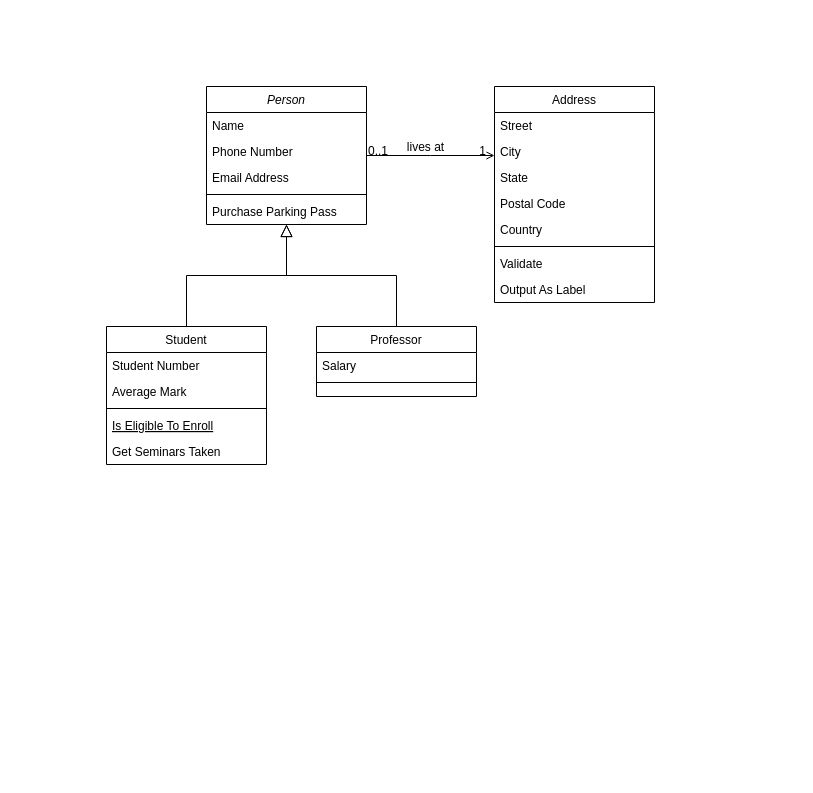
This is ClassDiagram.drawio from Theobourne/diagramsCS308, a draw.io file, before an edit. Source tidied: cells renumbered, new cells numbered last; positions are measured from the earlier drawing's top-left corner, leaving out a move shared by most shapes. Both pictures are drawn from the tidied source at 100%, with x=0, y=0 at pixel (106, 86).
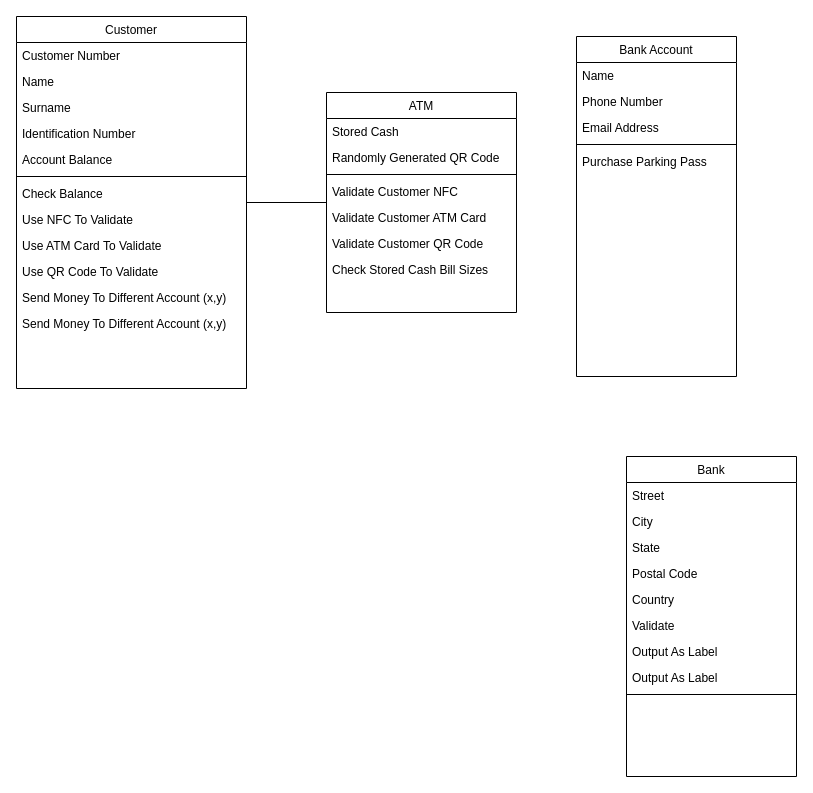
The same page after the edit.

Diff of the diagram source:
```diff
@@
-    <mxCell id="2" value="Person" style="swimlane;fontStyle=2;align=center;verticalAlign=top;horizontal=1;startSize=26;rounded=0;shadow=0;strokeWidth=1;" parent="1" vertex="1">
-      <mxGeometry x="100" width="160" height="138" as="geometry" />
+    <mxCell id="2" value="Bank Account" style="swimlane;fontStyle=0;align=center;verticalAlign=top;horizontal=1;startSize=26;rounded=0;shadow=0;strokeWidth=1;" parent="1" vertex="1">
+      <mxGeometry x="470" y="-50" width="160" height="340" as="geometry" />
     </mxCell>
@@
     <mxCell id="7" value="Purchase Parking Pass" style="text;align=left;verticalAlign=top;spacingLeft=4;spacingRight=4;overflow=hidden;" parent="2" vertex="1">
-      <mxGeometry y="112" width="160" height="26" as="geometry" />
+      <mxGeometry y="112" width="160" height="138" as="geometry" />
     </mxCell>
-    <mxCell id="8" value="Student" style="swimlane;fontStyle=0;align=center;verticalAlign=top;horizontal=1;startSize=26;rounded=0;shadow=0;strokeWidth=1;" parent="1" vertex="1">
-      <mxGeometry y="240" width="160" height="138" as="geometry" />
+    <mxCell id="8" value="Customer" style="swimlane;fontStyle=0;align=center;verticalAlign=top;horizontal=1;startSize=26;rounded=0;shadow=0;strokeWidth=1;" parent="1" vertex="1">
+      <mxGeometry x="-90" y="-70" width="230" height="372" as="geometry" />
     </mxCell>
-    <mxCell id="9" value="Student Number" style="text;align=left;verticalAlign=top;spacingLeft=4;spacingRight=4;overflow=hidden;" parent="8" vertex="1">
-      <mxGeometry y="26" width="160" height="26" as="geometry" />
+    <mxCell id="9" value="Customer Number" style="text;align=left;verticalAlign=top;spacingLeft=4;spacingRight=4;overflow=hidden;" parent="8" vertex="1">
+      <mxGeometry y="26" width="230" height="26" as="geometry" />
     </mxCell>
-    <mxCell id="10" value="Average Mark" style="text;align=left;verticalAlign=top;spacingLeft=4;spacingRight=4;overflow=hidden;rounded=0;shadow=0;html=0;" parent="8" vertex="1">
-      <mxGeometry y="52" width="160" height="26" as="geometry" />
+    <mxCell id="10" value="Name" style="text;align=left;verticalAlign=top;spacingLeft=4;spacingRight=4;overflow=hidden;rounded=0;shadow=0;html=0;" parent="8" vertex="1">
+      <mxGeometry y="52" width="230" height="26" as="geometry" />
     </mxCell>
-    <mxCell id="11" style="line;html=1;strokeWidth=1;align=left;verticalAlign=middle;spacingTop=-1;spacingLeft=3;spacingRight=3;labelPosition=right;" parent="8" vertex="1">
-      <mxGeometry y="78" width="160" height="8" as="geometry" />
-    </mxCell>
-    <mxCell id="12" value="Is Eligible To Enroll" style="text;align=left;verticalAlign=top;spacingLeft=4;spacingRight=4;overflow=hidden;fontStyle=4;" parent="8" vertex="1">
-      <mxGeometry y="86" width="160" height="26" as="geometry" />
+    <mxCell id="12" value="Surname" style="text;align=left;verticalAlign=top;spacingLeft=4;spacingRight=4;overflow=hidden;fontStyle=0;" parent="8" vertex="1">
+      <mxGeometry y="78" width="230" height="26" as="geometry" />
     </mxCell>
-    <mxCell id="13" value="Get Seminars Taken" style="text;align=left;verticalAlign=top;spacingLeft=4;spacingRight=4;overflow=hidden;" parent="8" vertex="1">
-      <mxGeometry y="112" width="160" height="26" as="geometry" />
+    <mxCell id="13" value="Identification Number" style="text;align=left;verticalAlign=top;spacingLeft=4;spacingRight=4;overflow=hidden;" parent="8" vertex="1">
+      <mxGeometry y="104" width="230" height="26" as="geometry" />
     </mxCell>
-    <mxCell id="14" style="endArrow=block;endSize=10;endFill=0;shadow=0;strokeWidth=1;rounded=0;edgeStyle=elbowEdgeStyle;elbow=vertical;" parent="1" edge="1" source="8" target="2">
-      <mxGeometry relative="1" as="geometry" />
-    </mxCell>
+    <mxCell id="32" value="Account Balance" style="text;align=left;verticalAlign=top;spacingLeft=4;spacingRight=4;overflow=hidden;" parent="8" vertex="1">
+      <mxGeometry y="130" width="230" height="26" as="geometry" />
+    </mxCell>
+    <mxCell id="11" style="line;html=1;strokeWidth=1;align=left;verticalAlign=middle;spacingTop=-1;spacingLeft=3;spacingRight=3;labelPosition=right;" parent="8" vertex="1">
+      <mxGeometry y="156" width="230" height="8" as="geometry" />
+    </mxCell>
+    <mxCell id="33" value="Check Balance" style="text;align=left;verticalAlign=top;spacingLeft=4;spacingRight=4;overflow=hidden;" parent="8" vertex="1">
+      <mxGeometry y="164" width="230" height="26" as="geometry" />
+    </mxCell>
+    <mxCell id="34" value="Use NFC To Validate" style="text;align=left;verticalAlign=top;spacingLeft=4;spacingRight=4;overflow=hidden;" parent="8" vertex="1">
+      <mxGeometry y="190" width="230" height="26" as="geometry" />
+    </mxCell>
+    <mxCell id="35" value="Use ATM Card To Validate" style="text;align=left;verticalAlign=top;spacingLeft=4;spacingRight=4;overflow=hidden;" parent="8" vertex="1">
+      <mxGeometry y="216" width="230" height="26" as="geometry" />
+    </mxCell>
+    <mxCell id="36" value="Use QR Code To Validate" style="text;align=left;verticalAlign=top;spacingLeft=4;spacingRight=4;overflow=hidden;" parent="8" vertex="1">
+      <mxGeometry y="242" width="230" height="26" as="geometry" />
+    </mxCell>
+    <mxCell id="37" value="Send Money To Different Account (x,y)" style="text;align=left;verticalAlign=top;spacingLeft=4;spacingRight=4;overflow=hidden;" parent="8" vertex="1">
+      <mxGeometry y="268" width="230" height="26" as="geometry" />
+    </mxCell>
+    <mxCell id="38" value="Send Money To Different Account (x,y)" style="text;align=left;verticalAlign=top;spacingLeft=4;spacingRight=4;overflow=hidden;" parent="8" vertex="1">
+      <mxGeometry y="294" width="230" height="26" as="geometry" />
+    </mxCell>
-    <mxCell id="15" value="Professor" style="swimlane;fontStyle=0;align=center;verticalAlign=top;horizontal=1;startSize=26;rounded=0;shadow=0;strokeWidth=1;" parent="1" vertex="1">
-      <mxGeometry x="210" y="240" width="160" height="70" as="geometry" />
+    <mxCell id="15" value="ATM" style="swimlane;fontStyle=0;align=center;verticalAlign=top;horizontal=1;startSize=26;rounded=0;shadow=0;strokeWidth=1;" parent="1" vertex="1">
+      <mxGeometry x="220" y="6" width="190" height="220" as="geometry" />
     </mxCell>
-    <mxCell id="16" value="Salary" style="text;align=left;verticalAlign=top;spacingLeft=4;spacingRight=4;overflow=hidden;" parent="15" vertex="1">
-      <mxGeometry y="26" width="160" height="26" as="geometry" />
+    <mxCell id="16" value="Stored Cash" style="text;align=left;verticalAlign=top;spacingLeft=4;spacingRight=4;overflow=hidden;" parent="15" vertex="1">
+      <mxGeometry y="26" width="190" height="26" as="geometry" />
     </mxCell>
-    <mxCell id="17" style="line;html=1;strokeWidth=1;align=left;verticalAlign=middle;spacingTop=-1;spacingLeft=3;spacingRight=3;labelPosition=right;" parent="15" vertex="1">
-      <mxGeometry y="52" width="160" height="8" as="geometry" />
-    </mxCell>
-    <mxCell id="18" style="endArrow=block;endSize=10;endFill=0;shadow=0;strokeWidth=1;rounded=0;edgeStyle=elbowEdgeStyle;elbow=vertical;" parent="1" edge="1" source="15" target="2">
-      <mxGeometry relative="1" as="geometry" />
-    </mxCell>
+    <mxCell id="39" value="Randomly Generated QR Code" style="text;align=left;verticalAlign=top;spacingLeft=4;spacingRight=4;overflow=hidden;" parent="15" vertex="1">
+      <mxGeometry y="52" width="190" height="26" as="geometry" />
+    </mxCell>
+    <mxCell id="40" style="line;html=1;strokeWidth=1;align=left;verticalAlign=middle;spacingTop=-1;spacingLeft=3;spacingRight=3;labelPosition=right;" parent="15" vertex="1">
+      <mxGeometry y="78" width="190" height="8" as="geometry" />
+    </mxCell>
+    <mxCell id="41" value="Validate Customer NFC" style="text;align=left;verticalAlign=top;spacingLeft=4;spacingRight=4;overflow=hidden;" parent="15" vertex="1">
+      <mxGeometry y="86" width="190" height="26" as="geometry" />
+    </mxCell>
+    <mxCell id="42" value="Validate Customer ATM Card" style="text;align=left;verticalAlign=top;spacingLeft=4;spacingRight=4;overflow=hidden;" parent="15" vertex="1">
+      <mxGeometry y="112" width="190" height="26" as="geometry" />
+    </mxCell>
+    <mxCell id="43" value="Validate Customer QR Code" style="text;align=left;verticalAlign=top;spacingLeft=4;spacingRight=4;overflow=hidden;" parent="15" vertex="1">
+      <mxGeometry y="138" width="190" height="26" as="geometry" />
+    </mxCell>
+    <mxCell id="44" value="Check Stored Cash Bill Sizes" style="text;align=left;verticalAlign=top;spacingLeft=4;spacingRight=4;overflow=hidden;" parent="15" vertex="1">
+      <mxGeometry y="164" width="190" height="26" as="geometry" />
+    </mxCell>
-    <mxCell id="19" value="Address" style="swimlane;fontStyle=0;align=center;verticalAlign=top;horizontal=1;startSize=26;rounded=0;shadow=0;strokeWidth=1;" parent="1" vertex="1">
-      <mxGeometry x="388" width="160" height="216" as="geometry" />
+    <mxCell id="19" value="Bank" style="swimlane;fontStyle=0;align=center;verticalAlign=top;horizontal=1;startSize=26;rounded=0;shadow=0;strokeWidth=1;" parent="1" vertex="1">
+      <mxGeometry x="520" y="370" width="170" height="320" as="geometry" />
     </mxCell>
     <mxCell id="20" value="Street" style="text;align=left;verticalAlign=top;spacingLeft=4;spacingRight=4;overflow=hidden;" parent="19" vertex="1">
-      <mxGeometry y="26" width="160" height="26" as="geometry" />
+      <mxGeometry y="26" width="170" height="26" as="geometry" />
     </mxCell>
     <mxCell id="21" value="City" style="text;align=left;verticalAlign=top;spacingLeft=4;spacingRight=4;overflow=hidden;rounded=0;shadow=0;html=0;" parent="19" vertex="1">
-      <mxGeometry y="52" width="160" height="26" as="geometry" />
+      <mxGeometry y="52" width="170" height="26" as="geometry" />
     </mxCell>
     <mxCell id="22" value="State" style="text;align=left;verticalAlign=top;spacingLeft=4;spacingRight=4;overflow=hidden;rounded=0;shadow=0;html=0;" parent="19" vertex="1">
-      <mxGeometry y="78" width="160" height="26" as="geometry" />
+      <mxGeometry y="78" width="170" height="26" as="geometry" />
     </mxCell>
     <mxCell id="23" value="Postal Code" style="text;align=left;verticalAlign=top;spacingLeft=4;spacingRight=4;overflow=hidden;rounded=0;shadow=0;html=0;" parent="19" vertex="1">
-      <mxGeometry y="104" width="160" height="26" as="geometry" />
+      <mxGeometry y="104" width="170" height="26" as="geometry" />
     </mxCell>
     <mxCell id="24" value="Country" style="text;align=left;verticalAlign=top;spacingLeft=4;spacingRight=4;overflow=hidden;rounded=0;shadow=0;html=0;" parent="19" vertex="1">
-      <mxGeometry y="130" width="160" height="26" as="geometry" />
+      <mxGeometry y="130" width="170" height="26" as="geometry" />
     </mxCell>
-    <mxCell id="25" style="line;html=1;strokeWidth=1;align=left;verticalAlign=middle;spacingTop=-1;spacingLeft=3;spacingRight=3;labelPosition=right;" parent="19" vertex="1">
-      <mxGeometry y="156" width="160" height="8" as="geometry" />
-    </mxCell>
     <mxCell id="26" value="Validate" style="text;align=left;verticalAlign=top;spacingLeft=4;spacingRight=4;overflow=hidden;" parent="19" vertex="1">
-      <mxGeometry y="164" width="160" height="26" as="geometry" />
+      <mxGeometry y="156" width="170" height="26" as="geometry" />
     </mxCell>
     <mxCell id="27" value="Output As Label" style="text;align=left;verticalAlign=top;spacingLeft=4;spacingRight=4;overflow=hidden;" parent="19" vertex="1">
-      <mxGeometry y="190" width="160" height="26" as="geometry" />
+      <mxGeometry y="182" width="170" height="26" as="geometry" />
     </mxCell>
-    <mxCell id="28" style="endArrow=open;shadow=0;strokeWidth=1;rounded=0;endFill=1;edgeStyle=elbowEdgeStyle;elbow=vertical;" parent="1" edge="1" source="2" target="19">
-      <mxGeometry x="0.5" y="41" relative="1" as="geometry">
-        <mxPoint x="-40" y="32" as="offset" />
-      </mxGeometry>
-    </mxCell>
-    <mxCell id="29" value="0..1" style="align=left;verticalAlign=bottom;labelBackgroundColor=none;fontSize=12;" parent="28" vertex="1">
-      <mxGeometry x="-1" relative="1" as="geometry">
-        <mxPoint y="4" as="offset" />
-      </mxGeometry>
-    </mxCell>
-    <mxCell id="30" value="1" style="align=right;verticalAlign=bottom;labelBackgroundColor=none;fontSize=12;" parent="28" vertex="1">
-      <mxGeometry x="1" relative="1" as="geometry">
-        <mxPoint x="-7" y="4" as="offset" />
-      </mxGeometry>
-    </mxCell>
-    <mxCell id="31" value="lives at" style="text;html=1;align=center;verticalAlign=middle;labelBackgroundColor=none;rounded=0;shadow=0;strokeWidth=1;fontSize=12;" parent="28" vertex="1">
-      <mxGeometry x="0.5" y="49" relative="1" as="geometry">
-        <mxPoint x="-38" y="40" as="offset" />
-      </mxGeometry>
-    </mxCell>
+    <mxCell id="45" value="Output As Label" style="text;align=left;verticalAlign=top;spacingLeft=4;spacingRight=4;overflow=hidden;" parent="19" vertex="1">
+      <mxGeometry y="208" width="170" height="26" as="geometry" />
+    </mxCell>
+    <mxCell id="25" style="line;html=1;strokeWidth=1;align=left;verticalAlign=middle;spacingTop=-1;spacingLeft=3;spacingRight=3;labelPosition=right;" parent="19" vertex="1">
+      <mxGeometry y="234" width="170" height="8" as="geometry" />
+    </mxCell>
+    <mxCell id="46" style="endArrow=none;html=1;rounded=0;" parent="1" edge="1" source="8" target="15">
+      <mxGeometry relative="1" as="geometry" />
+    </mxCell>
```
